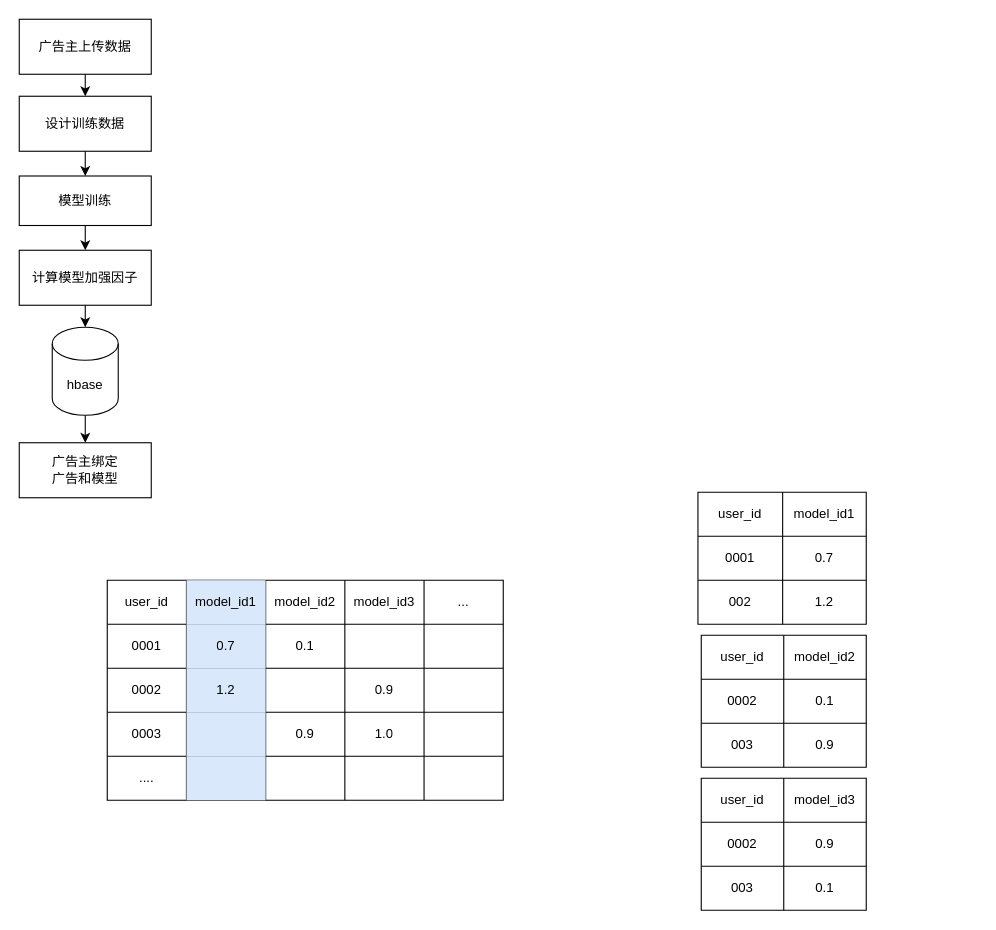
Before: page "第 3 页" (3 of 4) of source/diagrams/ads.drawio in wxquare/wxquare.github.io, a draw.io diagram. Source tidied: cells renumbered, new cells numbered last; positions are measured from the earlier drawing's top-left corner, leaving out a move shared by most shapes. Both pictures are drawn from the tidied source at 110%, with x=0, y=0 at pixel (19, 19).
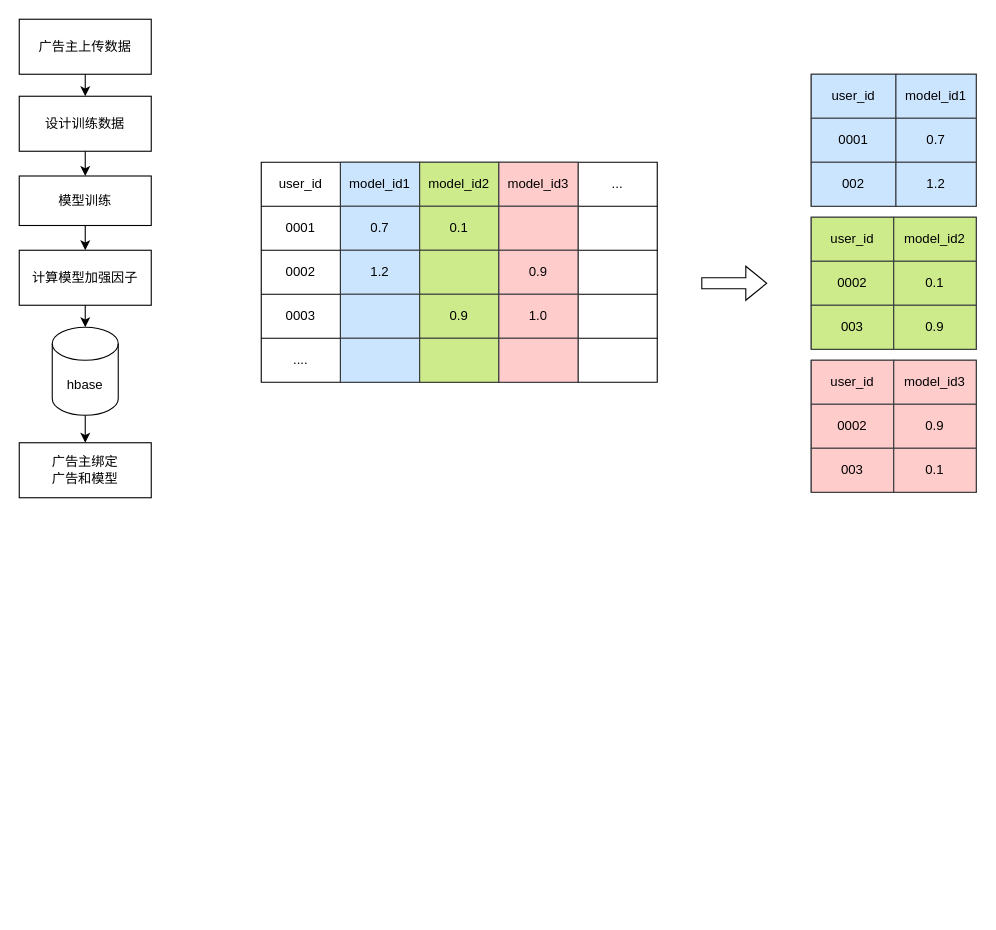
After the change.

The change refers to these unchanged cells:
```xml
<mxCell id="14" style="shape=tableRow;horizontal=0;startSize=0;swimlaneHead=0;swimlaneBody=0;strokeColor=inherit;top=0;left=0;bottom=0;right=0;fillColor=none;" parent="13" vertex="1">
  <mxGeometry width="360" height="40" as="geometry" />
</mxCell>
<mxCell id="20" style="shape=tableRow;horizontal=0;startSize=0;swimlaneHead=0;swimlaneBody=0;strokeColor=inherit;top=0;left=0;bottom=0;right=0;fillColor=none;" parent="13" vertex="1">
  <mxGeometry y="40" width="360" height="40" as="geometry" />
</mxCell>
<mxCell id="26" style="shape=tableRow;horizontal=0;startSize=0;swimlaneHead=0;swimlaneBody=0;strokeColor=inherit;top=0;left=0;bottom=0;right=0;fillColor=none;" parent="13" vertex="1">
  <mxGeometry y="80" width="360" height="40" as="geometry" />
</mxCell>
<mxCell id="32" style="shape=tableRow;horizontal=0;startSize=0;swimlaneHead=0;swimlaneBody=0;strokeColor=inherit;top=0;left=0;bottom=0;right=0;fillColor=none;" parent="13" vertex="1">
  <mxGeometry y="120" width="360" height="40" as="geometry" />
</mxCell>
<mxCell id="38" style="shape=tableRow;horizontal=0;startSize=0;swimlaneHead=0;swimlaneBody=0;strokeColor=inherit;top=0;left=0;bottom=0;right=0;fillColor=none;" parent="13" vertex="1">
  <mxGeometry y="160" width="360" height="40" as="geometry" />
</mxCell>
<mxCell id="55" style="shape=tableRow;horizontal=0;startSize=0;swimlaneHead=0;swimlaneBody=0;strokeColor=inherit;top=0;left=0;bottom=0;right=0;fillColor=none;" parent="54" vertex="1">
  <mxGeometry width="150" height="40" as="geometry" />
</mxCell>
<mxCell id="58" style="shape=tableRow;horizontal=0;startSize=0;swimlaneHead=0;swimlaneBody=0;strokeColor=inherit;top=0;left=0;bottom=0;right=0;fillColor=none;" parent="54" vertex="1">
  <mxGeometry y="40" width="150" height="40" as="geometry" />
</mxCell>
<mxCell id="61" style="shape=tableRow;horizontal=0;startSize=0;swimlaneHead=0;swimlaneBody=0;strokeColor=inherit;top=0;left=0;bottom=0;right=0;fillColor=none;" parent="54" vertex="1">
  <mxGeometry y="80" width="150" height="40" as="geometry" />
</mxCell>
<mxCell id="65" style="shape=tableRow;horizontal=0;startSize=0;swimlaneHead=0;swimlaneBody=0;strokeColor=inherit;top=0;left=0;bottom=0;right=0;fillColor=none;" parent="64" vertex="1">
  <mxGeometry width="150" height="40" as="geometry" />
</mxCell>
<mxCell id="68" style="shape=tableRow;horizontal=0;startSize=0;swimlaneHead=0;swimlaneBody=0;strokeColor=inherit;top=0;left=0;bottom=0;right=0;fillColor=none;" parent="64" vertex="1">
  <mxGeometry y="40" width="150" height="40" as="geometry" />
</mxCell>
<mxCell id="71" style="shape=tableRow;horizontal=0;startSize=0;swimlaneHead=0;swimlaneBody=0;strokeColor=inherit;top=0;left=0;bottom=0;right=0;fillColor=none;" parent="64" vertex="1">
  <mxGeometry y="80" width="150" height="40" as="geometry" />
</mxCell>
```

Change to the diagram source:
```diff
@@
     <mxCell id="13" style="shape=table;startSize=0;childLayout=tableLayout;" parent="1" vertex="1">
-      <mxGeometry x="80" y="510" width="360" height="200" as="geometry" />
+      <mxGeometry x="220" y="130" width="360" height="200" as="geometry" />
     </mxCell>
@@
-    <mxCell id="16" value="model_id1" style="shape=partialRectangle;html=1;whiteSpace=wrap;strokeColor=#6c8ebf;overflow=hidden;fillColor=#dae8fc;top=0;left=0;bottom=0;right=0;" parent="14" vertex="1">
+    <mxCell id="16" value="model_id1" style="shape=partialRectangle;html=1;whiteSpace=wrap;strokeColor=#36393d;overflow=hidden;fillColor=#cce5ff;top=1;left=1;bottom=1;right=1;" parent="14" vertex="1">
       <mxGeometry x="72" width="72" height="40" as="geometry" />
     </mxCell>
-    <mxCell id="17" value="model_id2" style="shape=partialRectangle;html=1;whiteSpace=wrap;strokeColor=inherit;overflow=hidden;fillColor=none;top=0;left=0;bottom=0;right=0;" parent="14" vertex="1">
+    <mxCell id="17" value="model_id2" style="shape=partialRectangle;html=1;whiteSpace=wrap;strokeColor=#36393d;overflow=hidden;fillColor=#cdeb8b;top=1;left=1;bottom=1;right=1;" parent="14" vertex="1">
       <mxGeometry x="144" width="72" height="40" as="geometry" />
     </mxCell>
-    <mxCell id="18" value="model_id3" style="shape=partialRectangle;html=1;whiteSpace=wrap;strokeColor=inherit;overflow=hidden;fillColor=none;top=0;left=0;bottom=0;right=0;" parent="14" vertex="1">
+    <mxCell id="18" value="model_id3" style="shape=partialRectangle;html=1;whiteSpace=wrap;strokeColor=#36393d;overflow=hidden;fillColor=#ffcccc;top=1;left=1;bottom=1;right=1;" parent="14" vertex="1">
       <mxGeometry x="216" width="72" height="40" as="geometry" />
     </mxCell>
@@
-    <mxCell id="22" value="0.7" style="shape=partialRectangle;html=1;whiteSpace=wrap;strokeColor=#6c8ebf;overflow=hidden;fillColor=#dae8fc;top=0;left=0;bottom=0;right=0;" parent="20" vertex="1">
+    <mxCell id="22" value="0.7" style="shape=partialRectangle;html=1;whiteSpace=wrap;strokeColor=#36393d;overflow=hidden;fillColor=#cce5ff;top=1;left=1;bottom=1;right=1;" parent="20" vertex="1">
       <mxGeometry x="72" width="72" height="40" as="geometry" />
     </mxCell>
-    <mxCell id="23" value="0.1" style="shape=partialRectangle;html=1;whiteSpace=wrap;strokeColor=inherit;overflow=hidden;fillColor=none;top=0;left=0;bottom=0;right=0;" parent="20" vertex="1">
+    <mxCell id="23" value="0.1" style="shape=partialRectangle;html=1;whiteSpace=wrap;strokeColor=#36393d;overflow=hidden;fillColor=#cdeb8b;top=1;left=1;bottom=1;right=1;" parent="20" vertex="1">
       <mxGeometry x="144" width="72" height="40" as="geometry" />
     </mxCell>
-    <mxCell id="24" style="shape=partialRectangle;html=1;whiteSpace=wrap;strokeColor=inherit;overflow=hidden;fillColor=none;top=0;left=0;bottom=0;right=0;" parent="20" vertex="1">
+    <mxCell id="24" style="shape=partialRectangle;html=1;whiteSpace=wrap;strokeColor=#36393d;overflow=hidden;fillColor=#ffcccc;top=1;left=1;bottom=1;right=1;" parent="20" vertex="1">
       <mxGeometry x="216" width="72" height="40" as="geometry" />
     </mxCell>
@@
-    <mxCell id="28" value="1.2" style="shape=partialRectangle;html=1;whiteSpace=wrap;strokeColor=#6c8ebf;overflow=hidden;fillColor=#dae8fc;top=0;left=0;bottom=0;right=0;" parent="26" vertex="1">
+    <mxCell id="28" value="1.2" style="shape=partialRectangle;html=1;whiteSpace=wrap;strokeColor=#36393d;overflow=hidden;fillColor=#cce5ff;top=1;left=1;bottom=1;right=1;" parent="26" vertex="1">
       <mxGeometry x="72" width="72" height="40" as="geometry" />
     </mxCell>
-    <mxCell id="29" style="shape=partialRectangle;html=1;whiteSpace=wrap;strokeColor=inherit;overflow=hidden;fillColor=none;top=0;left=0;bottom=0;right=0;" parent="26" vertex="1">
+    <mxCell id="29" style="shape=partialRectangle;html=1;whiteSpace=wrap;strokeColor=#36393d;overflow=hidden;fillColor=#cdeb8b;top=1;left=1;bottom=1;right=1;" parent="26" vertex="1">
       <mxGeometry x="144" width="72" height="40" as="geometry" />
     </mxCell>
-    <mxCell id="30" value="0.9" style="shape=partialRectangle;html=1;whiteSpace=wrap;strokeColor=inherit;overflow=hidden;fillColor=none;top=0;left=0;bottom=0;right=0;" parent="26" vertex="1">
+    <mxCell id="30" value="0.9" style="shape=partialRectangle;html=1;whiteSpace=wrap;strokeColor=#36393d;overflow=hidden;fillColor=#ffcccc;top=1;left=1;bottom=1;right=1;" parent="26" vertex="1">
       <mxGeometry x="216" width="72" height="40" as="geometry" />
     </mxCell>
@@
-    <mxCell id="34" style="shape=partialRectangle;html=1;whiteSpace=wrap;strokeColor=#6c8ebf;overflow=hidden;fillColor=#dae8fc;top=0;left=0;bottom=0;right=0;" parent="32" vertex="1">
+    <mxCell id="34" style="shape=partialRectangle;html=1;whiteSpace=wrap;strokeColor=#36393d;overflow=hidden;fillColor=#cce5ff;top=1;left=1;bottom=1;right=1;" parent="32" vertex="1">
       <mxGeometry x="72" width="72" height="40" as="geometry" />
     </mxCell>
-    <mxCell id="35" value="0.9" style="shape=partialRectangle;html=1;whiteSpace=wrap;strokeColor=inherit;overflow=hidden;fillColor=none;top=0;left=0;bottom=0;right=0;" parent="32" vertex="1">
+    <mxCell id="35" value="0.9" style="shape=partialRectangle;html=1;whiteSpace=wrap;strokeColor=#36393d;overflow=hidden;fillColor=#cdeb8b;top=1;left=1;bottom=1;right=1;" parent="32" vertex="1">
       <mxGeometry x="144" width="72" height="40" as="geometry" />
     </mxCell>
-    <mxCell id="36" value="1.0" style="shape=partialRectangle;html=1;whiteSpace=wrap;strokeColor=inherit;overflow=hidden;fillColor=none;top=0;left=0;bottom=0;right=0;" parent="32" vertex="1">
+    <mxCell id="36" value="1.0" style="shape=partialRectangle;html=1;whiteSpace=wrap;strokeColor=#36393d;overflow=hidden;fillColor=#ffcccc;top=1;left=1;bottom=1;right=1;" parent="32" vertex="1">
       <mxGeometry x="216" width="72" height="40" as="geometry" />
     </mxCell>
@@
-    <mxCell id="40" style="shape=partialRectangle;html=1;whiteSpace=wrap;strokeColor=#6c8ebf;overflow=hidden;fillColor=#dae8fc;top=0;left=0;bottom=0;right=0;" parent="38" vertex="1">
+    <mxCell id="40" style="shape=partialRectangle;html=1;whiteSpace=wrap;strokeColor=#36393d;overflow=hidden;fillColor=#cce5ff;top=1;left=1;bottom=1;right=1;" parent="38" vertex="1">
       <mxGeometry x="72" width="72" height="40" as="geometry" />
     </mxCell>
-    <mxCell id="41" style="shape=partialRectangle;html=1;whiteSpace=wrap;strokeColor=inherit;overflow=hidden;fillColor=none;top=0;left=0;bottom=0;right=0;" parent="38" vertex="1">
+    <mxCell id="41" style="shape=partialRectangle;html=1;whiteSpace=wrap;strokeColor=#36393d;overflow=hidden;fillColor=#cdeb8b;top=1;left=1;bottom=1;right=1;" parent="38" vertex="1">
       <mxGeometry x="144" width="72" height="40" as="geometry" />
     </mxCell>
-    <mxCell id="42" style="shape=partialRectangle;html=1;whiteSpace=wrap;strokeColor=inherit;overflow=hidden;fillColor=none;top=0;left=0;bottom=0;right=0;" parent="38" vertex="1">
+    <mxCell id="42" style="shape=partialRectangle;html=1;whiteSpace=wrap;strokeColor=#36393d;overflow=hidden;fillColor=#ffcccc;top=1;left=1;bottom=1;right=1;" parent="38" vertex="1">
       <mxGeometry x="216" width="72" height="40" as="geometry" />
     </mxCell>
@@
     <mxCell id="44" style="shape=table;startSize=0;childLayout=tableLayout;" parent="1" vertex="1">
-      <mxGeometry x="617" y="430" width="153" height="120" as="geometry" />
+      <mxGeometry x="720" y="50" width="150" height="120" as="geometry" />
     </mxCell>
     <mxCell id="45" style="shape=tableRow;horizontal=0;startSize=0;swimlaneHead=0;swimlaneBody=0;strokeColor=inherit;top=0;left=0;bottom=0;right=0;fillColor=none;" parent="44" vertex="1">
-      <mxGeometry width="153" height="40" as="geometry" />
+      <mxGeometry width="150" height="40" as="geometry" />
     </mxCell>
-    <mxCell id="46" value="user_id" style="shape=partialRectangle;html=1;whiteSpace=wrap;strokeColor=inherit;overflow=hidden;fillColor=none;top=0;left=0;bottom=0;right=0;" parent="45" vertex="1">
+    <mxCell id="46" value="user_id" style="shape=partialRectangle;html=1;whiteSpace=wrap;strokeColor=#36393d;overflow=hidden;fillColor=#cce5ff;top=1;left=1;bottom=1;right=1;" parent="45" vertex="1">
       <mxGeometry width="77" height="40" as="geometry" />
     </mxCell>
-    <mxCell id="47" value="model_id1" style="shape=partialRectangle;html=1;whiteSpace=wrap;strokeColor=inherit;overflow=hidden;fillColor=none;top=0;left=0;bottom=0;right=0;" parent="45" vertex="1">
-      <mxGeometry x="77" width="76" height="40" as="geometry" />
+    <mxCell id="47" value="model_id1" style="shape=partialRectangle;html=1;whiteSpace=wrap;strokeColor=#36393d;overflow=hidden;fillColor=#cce5ff;top=1;left=1;bottom=1;right=1;" parent="45" vertex="1">
+      <mxGeometry x="77" width="73" height="40" as="geometry" />
     </mxCell>
     <mxCell id="48" style="shape=tableRow;horizontal=0;startSize=0;swimlaneHead=0;swimlaneBody=0;strokeColor=inherit;top=0;left=0;bottom=0;right=0;fillColor=none;" parent="44" vertex="1">
-      <mxGeometry y="40" width="153" height="40" as="geometry" />
+      <mxGeometry y="40" width="150" height="40" as="geometry" />
     </mxCell>
-    <mxCell id="49" value="0001" style="shape=partialRectangle;html=1;whiteSpace=wrap;strokeColor=inherit;overflow=hidden;fillColor=none;top=0;left=0;bottom=0;right=0;" parent="48" vertex="1">
+    <mxCell id="49" value="0001" style="shape=partialRectangle;html=1;whiteSpace=wrap;strokeColor=#36393d;overflow=hidden;fillColor=#cce5ff;top=1;left=1;bottom=1;right=1;" parent="48" vertex="1">
       <mxGeometry width="77" height="40" as="geometry" />
     </mxCell>
-    <mxCell id="50" value="0.7" style="shape=partialRectangle;html=1;whiteSpace=wrap;strokeColor=inherit;overflow=hidden;fillColor=none;top=0;left=0;bottom=0;right=0;" parent="48" vertex="1">
-      <mxGeometry x="77" width="76" height="40" as="geometry" />
+    <mxCell id="50" value="0.7" style="shape=partialRectangle;html=1;whiteSpace=wrap;strokeColor=#36393d;overflow=hidden;fillColor=#cce5ff;top=1;left=1;bottom=1;right=1;" parent="48" vertex="1">
+      <mxGeometry x="77" width="73" height="40" as="geometry" />
     </mxCell>
     <mxCell id="51" style="shape=tableRow;horizontal=0;startSize=0;swimlaneHead=0;swimlaneBody=0;strokeColor=inherit;top=0;left=0;bottom=0;right=0;fillColor=none;" parent="44" vertex="1">
-      <mxGeometry y="80" width="153" height="40" as="geometry" />
+      <mxGeometry y="80" width="150" height="40" as="geometry" />
     </mxCell>
-    <mxCell id="52" value="002" style="shape=partialRectangle;html=1;whiteSpace=wrap;strokeColor=inherit;overflow=hidden;fillColor=none;top=0;left=0;bottom=0;right=0;" parent="51" vertex="1">
+    <mxCell id="52" value="002" style="shape=partialRectangle;html=1;whiteSpace=wrap;strokeColor=#36393d;overflow=hidden;fillColor=#cce5ff;top=1;left=1;bottom=1;right=1;" parent="51" vertex="1">
       <mxGeometry width="77" height="40" as="geometry" />
     </mxCell>
-    <mxCell id="53" value="1.2" style="shape=partialRectangle;html=1;whiteSpace=wrap;strokeColor=inherit;overflow=hidden;fillColor=none;top=0;left=0;bottom=0;right=0;" parent="51" vertex="1">
-      <mxGeometry x="77" width="76" height="40" as="geometry" />
+    <mxCell id="53" value="1.2" style="shape=partialRectangle;html=1;whiteSpace=wrap;strokeColor=#36393d;overflow=hidden;fillColor=#cce5ff;top=1;left=1;bottom=1;right=1;" parent="51" vertex="1">
+      <mxGeometry x="77" width="73" height="40" as="geometry" />
     </mxCell>
     <mxCell id="54" style="shape=table;startSize=0;childLayout=tableLayout;" parent="1" vertex="1">
-      <mxGeometry x="620" y="560" width="150" height="120" as="geometry" />
+      <mxGeometry x="720" y="180" width="150" height="120" as="geometry" />
     </mxCell>
@@
-    <mxCell id="56" value="user_id" style="shape=partialRectangle;html=1;whiteSpace=wrap;strokeColor=inherit;overflow=hidden;fillColor=none;top=0;left=0;bottom=0;right=0;" parent="55" vertex="1">
+    <mxCell id="56" value="user_id" style="shape=partialRectangle;html=1;whiteSpace=wrap;strokeColor=#36393d;overflow=hidden;fillColor=#cdeb8b;top=1;left=1;bottom=1;right=1;" parent="55" vertex="1">
       <mxGeometry width="75" height="40" as="geometry" />
     </mxCell>
-    <mxCell id="57" value="model_id2" style="shape=partialRectangle;html=1;whiteSpace=wrap;strokeColor=inherit;overflow=hidden;fillColor=none;top=0;left=0;bottom=0;right=0;" parent="55" vertex="1">
+    <mxCell id="57" value="model_id2" style="shape=partialRectangle;html=1;whiteSpace=wrap;strokeColor=#36393d;overflow=hidden;fillColor=#cdeb8b;top=1;left=1;bottom=1;right=1;" parent="55" vertex="1">
       <mxGeometry x="75" width="75" height="40" as="geometry" />
     </mxCell>
@@
-    <mxCell id="59" value="0002" style="shape=partialRectangle;html=1;whiteSpace=wrap;strokeColor=inherit;overflow=hidden;fillColor=none;top=0;left=0;bottom=0;right=0;" parent="58" vertex="1">
+    <mxCell id="59" value="0002" style="shape=partialRectangle;html=1;whiteSpace=wrap;strokeColor=#36393d;overflow=hidden;fillColor=#cdeb8b;top=1;left=1;bottom=1;right=1;" parent="58" vertex="1">
       <mxGeometry width="75" height="40" as="geometry" />
     </mxCell>
-    <mxCell id="60" value="0.1" style="shape=partialRectangle;html=1;whiteSpace=wrap;strokeColor=inherit;overflow=hidden;fillColor=none;top=0;left=0;bottom=0;right=0;" parent="58" vertex="1">
+    <mxCell id="60" value="0.1" style="shape=partialRectangle;html=1;whiteSpace=wrap;strokeColor=#36393d;overflow=hidden;fillColor=#cdeb8b;top=1;left=1;bottom=1;right=1;" parent="58" vertex="1">
       <mxGeometry x="75" width="75" height="40" as="geometry" />
     </mxCell>
@@
-    <mxCell id="62" value="003" style="shape=partialRectangle;html=1;whiteSpace=wrap;strokeColor=inherit;overflow=hidden;fillColor=none;top=0;left=0;bottom=0;right=0;" parent="61" vertex="1">
+    <mxCell id="62" value="003" style="shape=partialRectangle;html=1;whiteSpace=wrap;strokeColor=#36393d;overflow=hidden;fillColor=#cdeb8b;top=1;left=1;bottom=1;right=1;" parent="61" vertex="1">
       <mxGeometry width="75" height="40" as="geometry" />
     </mxCell>
-    <mxCell id="63" value="0.9" style="shape=partialRectangle;html=1;whiteSpace=wrap;strokeColor=inherit;overflow=hidden;fillColor=none;top=0;left=0;bottom=0;right=0;" parent="61" vertex="1">
+    <mxCell id="63" value="0.9" style="shape=partialRectangle;html=1;whiteSpace=wrap;strokeColor=#36393d;overflow=hidden;fillColor=#cdeb8b;top=1;left=1;bottom=1;right=1;" parent="61" vertex="1">
       <mxGeometry x="75" width="75" height="40" as="geometry" />
     </mxCell>
     <mxCell id="64" style="shape=table;startSize=0;childLayout=tableLayout;" parent="1" vertex="1">
-      <mxGeometry x="620" y="690" width="150" height="120" as="geometry" />
+      <mxGeometry x="720" y="310" width="150" height="120" as="geometry" />
     </mxCell>
@@
-    <mxCell id="66" value="user_id" style="shape=partialRectangle;html=1;whiteSpace=wrap;strokeColor=inherit;overflow=hidden;fillColor=none;top=0;left=0;bottom=0;right=0;" parent="65" vertex="1">
+    <mxCell id="66" value="user_id" style="shape=partialRectangle;html=1;whiteSpace=wrap;strokeColor=#36393d;overflow=hidden;fillColor=#ffcccc;top=1;left=1;bottom=1;right=1;" parent="65" vertex="1">
       <mxGeometry width="75" height="40" as="geometry" />
     </mxCell>
-    <mxCell id="67" value="model_id3" style="shape=partialRectangle;html=1;whiteSpace=wrap;strokeColor=inherit;overflow=hidden;fillColor=none;top=0;left=0;bottom=0;right=0;" parent="65" vertex="1">
+    <mxCell id="67" value="model_id3" style="shape=partialRectangle;html=1;whiteSpace=wrap;strokeColor=#36393d;overflow=hidden;fillColor=#ffcccc;top=1;left=1;bottom=1;right=1;" parent="65" vertex="1">
       <mxGeometry x="75" width="75" height="40" as="geometry" />
     </mxCell>
@@
-    <mxCell id="69" value="0002" style="shape=partialRectangle;html=1;whiteSpace=wrap;strokeColor=inherit;overflow=hidden;fillColor=none;top=0;left=0;bottom=0;right=0;" parent="68" vertex="1">
+    <mxCell id="69" value="0002" style="shape=partialRectangle;html=1;whiteSpace=wrap;strokeColor=#36393d;overflow=hidden;fillColor=#ffcccc;top=1;left=1;bottom=1;right=1;" parent="68" vertex="1">
       <mxGeometry width="75" height="40" as="geometry" />
     </mxCell>
-    <mxCell id="70" value="0.9" style="shape=partialRectangle;html=1;whiteSpace=wrap;strokeColor=inherit;overflow=hidden;fillColor=none;top=0;left=0;bottom=0;right=0;" parent="68" vertex="1">
+    <mxCell id="70" value="0.9" style="shape=partialRectangle;html=1;whiteSpace=wrap;strokeColor=#36393d;overflow=hidden;fillColor=#ffcccc;top=1;left=1;bottom=1;right=1;" parent="68" vertex="1">
       <mxGeometry x="75" width="75" height="40" as="geometry" />
     </mxCell>
@@
-    <mxCell id="72" value="003" style="shape=partialRectangle;html=1;whiteSpace=wrap;strokeColor=inherit;overflow=hidden;fillColor=none;top=0;left=0;bottom=0;right=0;" parent="71" vertex="1">
+    <mxCell id="72" value="003" style="shape=partialRectangle;html=1;whiteSpace=wrap;strokeColor=#36393d;overflow=hidden;fillColor=#ffcccc;top=1;left=1;bottom=1;right=1;" parent="71" vertex="1">
       <mxGeometry width="75" height="40" as="geometry" />
     </mxCell>
-    <mxCell id="73" value="0.1" style="shape=partialRectangle;html=1;whiteSpace=wrap;strokeColor=inherit;overflow=hidden;fillColor=none;top=0;left=0;bottom=0;right=0;" parent="71" vertex="1">
+    <mxCell id="73" value="0.1" style="shape=partialRectangle;html=1;whiteSpace=wrap;strokeColor=#36393d;overflow=hidden;fillColor=#ffcccc;top=1;left=1;bottom=1;right=1;" parent="71" vertex="1">
       <mxGeometry x="75" width="75" height="40" as="geometry" />
     </mxCell>
+    <mxCell id="74" style="shape=flexArrow;endArrow=classic;html=1;rounded=0;" parent="1" edge="1">
+      <mxGeometry relative="1" as="geometry">
+        <mxPoint x="620" y="240" as="sourcePoint" />
+        <mxPoint x="680" y="240" as="targetPoint" />
+      </mxGeometry>
+    </mxCell>
```
